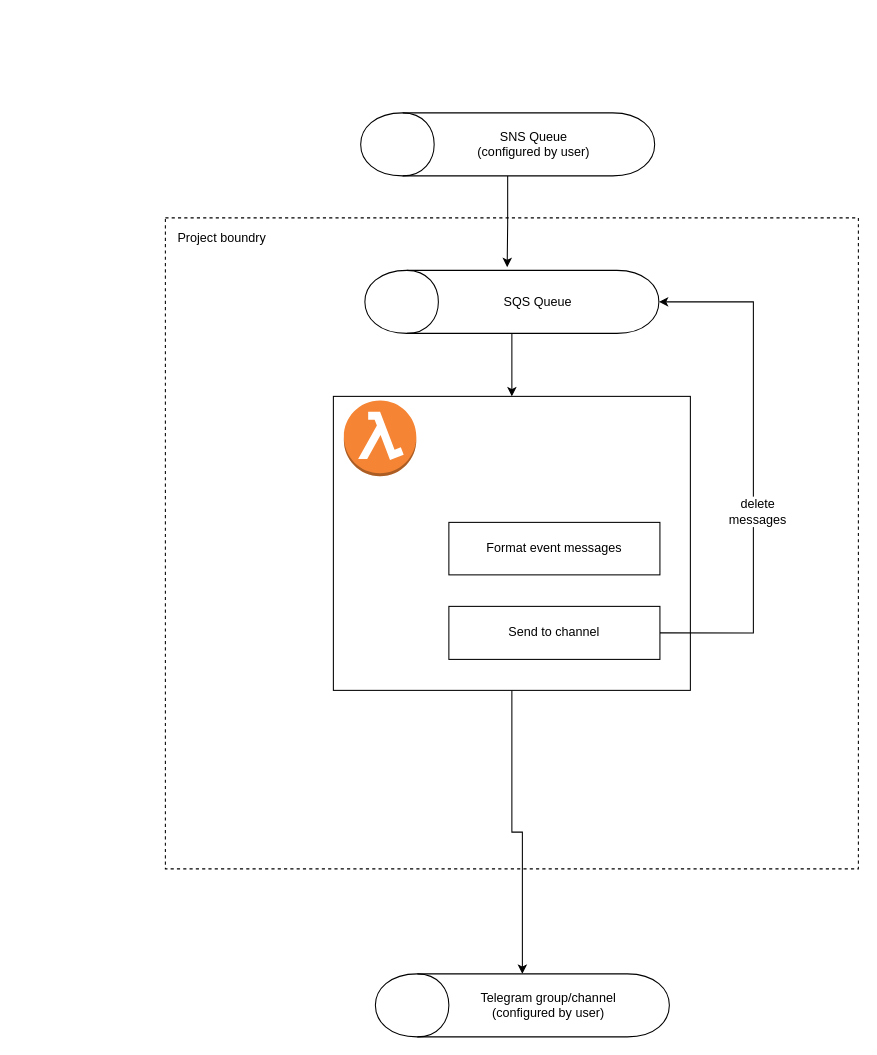
Above: doc/telegraf1.drawio in Sevick/telegraf (draw.io), before the change. Source tidied: cells renumbered, new cells numbered last; positions are measured from the earlier drawing's top-left corner, leaving out a move shared by most shapes. Both pictures are drawn from the tidied source at 105%, with x=0, y=0 at pixel (165, -3).
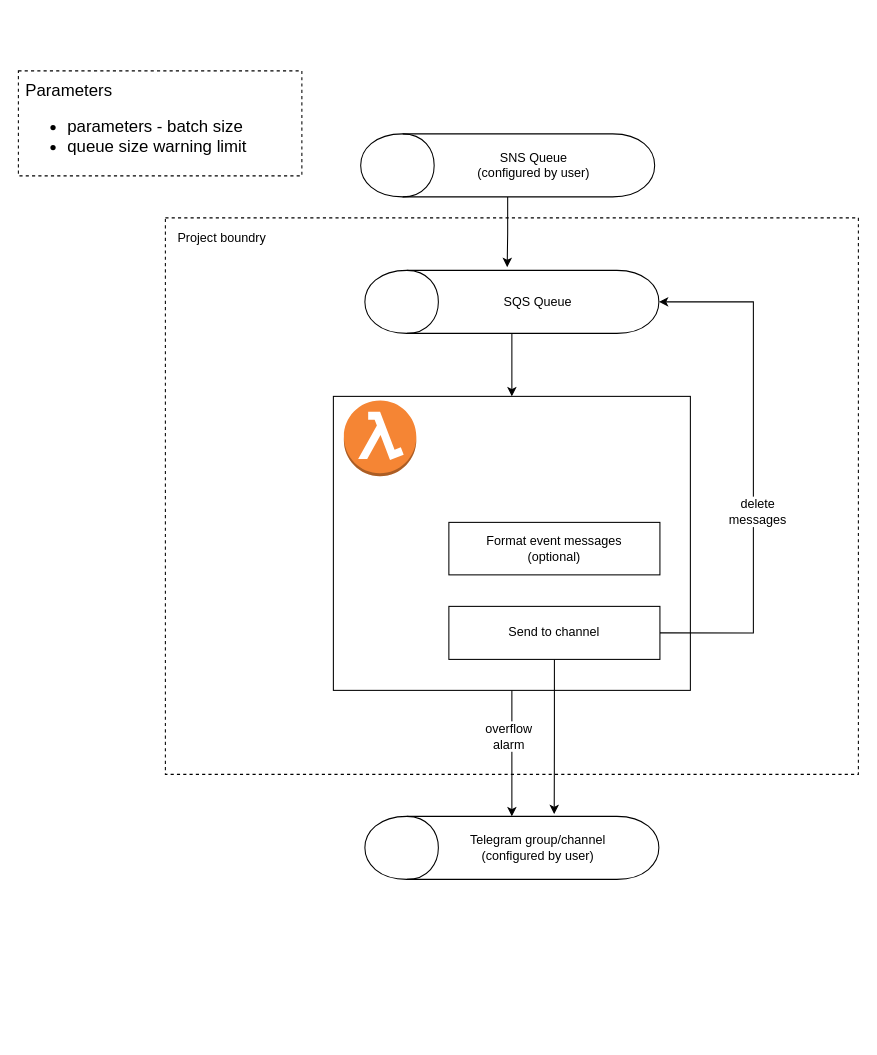
The same diagram, later.

Commit message:
upd schema

The change refers to these unchanged cells:
```xml
<mxCell id="6" style="rounded=0;whiteSpace=wrap;html=1;" parent="1" vertex="1">
  <mxGeometry x="160" y="380" width="340" height="280" as="geometry" />
</mxCell>
<mxCell id="12" value="Send to channel" style="rounded=0;whiteSpace=wrap;html=1;" parent="1" vertex="1">
  <mxGeometry x="270" y="580" width="201" height="50.5" as="geometry" />
</mxCell>
```

Change to the diagram source:
```diff
@@
     <mxCell id="2" value="Project boundry" style="rounded=0;whiteSpace=wrap;html=1;dashed=1;verticalAlign=top;align=left;spacingLeft=10;spacingTop=5;fillColor=none;" parent="1" vertex="1">
-      <mxGeometry y="210" width="660" height="620" as="geometry" />
+      <mxGeometry y="210" width="660" height="530" as="geometry" />
     </mxCell>
@@
-    <mxCell id="4" style="shape=cylinder;whiteSpace=wrap;html=1;boundedLbl=1;backgroundOutline=1;rotation=-90;" parent="1" vertex="1">
-      <mxGeometry x="296" width="60" height="280" as="geometry" />
-    </mxCell>
-    <mxCell id="5" value="SNS Queue&lt;br&gt;(configured by user)" style="text;html=1;strokeColor=none;fillColor=none;align=center;verticalAlign=middle;whiteSpace=wrap;rounded=0;" parent="1" vertex="1">
-      <mxGeometry x="266" y="120" width="170" height="40" as="geometry" />
-    </mxCell>
@@
-    <mxCell id="8" value="Format event messages" style="rounded=0;whiteSpace=wrap;html=1;" parent="1" vertex="1">
+    <mxCell id="8" value="Format event messages&lt;br&gt;(optional)" style="rounded=0;whiteSpace=wrap;html=1;" parent="1" vertex="1">
       <mxGeometry x="270" y="500" width="201" height="50" as="geometry" />
     </mxCell>
-    <mxCell id="9" style="edgeStyle=orthogonalEdgeStyle;rounded=0;jettySize=auto;html=1;exitX=0.5;exitY=1;exitDx=0;exitDy=0;" parent="1" edge="1" source="6" target="16">
+    <mxCell id="9" style="edgeStyle=orthogonalEdgeStyle;rounded=0;jettySize=auto;html=1;exitX=0.5;exitY=1;exitDx=0;exitDy=0;entryX=1.036;entryY=0.644;entryDx=0;entryDy=0;entryPerimeter=0;" parent="1" edge="1" source="12" target="16">
       <mxGeometry relative="1" as="geometry" />
     </mxCell>
@@
+    <mxCell id="18" style="endArrow=classic;html=1;exitX=0.5;exitY=1;exitDx=0;exitDy=0;" parent="1" edge="1" source="6" target="16">
+      <mxGeometry relative="1" as="geometry" />
+    </mxCell>
+    <mxCell id="19" value="overflow&lt;br&gt;alarm" style="text;html=1;align=center;verticalAlign=middle;labelBackgroundColor=#ffffff;" parent="18" vertex="1">
+      <mxGeometry x="-0.34" y="-2" relative="1" as="geometry">
+        <mxPoint x="-2" y="3.3" as="offset" />
+      </mxGeometry>
+    </mxCell>
+    <mxCell id="20" value="&lt;div style=&quot;font-size: 16px&quot;&gt;&lt;span&gt;Parameters&lt;/span&gt;&lt;ul&gt;&lt;li&gt;parameters - batch size&lt;/li&gt;&lt;li&gt;queue size warning limit&lt;/li&gt;&lt;/ul&gt;&lt;/div&gt;" style="rounded=0;whiteSpace=wrap;html=1;dashed=1;fillColor=none;align=left;spacingLeft=5;spacingTop=5;" parent="1" vertex="1">
+      <mxGeometry x="-140" y="70" width="270" height="100" as="geometry" />
+    </mxCell>
+    <mxCell id="21" style="group;" parent="1" vertex="1">
+      <mxGeometry x="270" y="670" width="170" height="280" as="geometry" />
+    </mxCell>
-    <mxCell id="16" style="shape=cylinder;whiteSpace=wrap;html=1;boundedLbl=1;backgroundOutline=1;rotation=-90;" parent="1" vertex="1">
-      <mxGeometry x="310" y="820" width="60" height="280" as="geometry" />
+    <mxCell id="16" style="shape=cylinder;whiteSpace=wrap;html=1;boundedLbl=1;backgroundOutline=1;rotation=-90;" parent="21" vertex="1">
+      <mxGeometry x="30" width="60" height="280" as="geometry" />
     </mxCell>
-    <mxCell id="17" value="Telegram group/channel&lt;br&gt;(configured by user)" style="text;html=1;strokeColor=none;fillColor=none;align=center;verticalAlign=middle;whiteSpace=wrap;rounded=0;" parent="1" vertex="1">
-      <mxGeometry x="280" y="940" width="170" height="40" as="geometry" />
+    <mxCell id="17" value="Telegram group/channel&lt;br&gt;(configured by user)" style="text;html=1;strokeColor=none;fillColor=none;align=center;verticalAlign=middle;whiteSpace=wrap;rounded=0;" parent="21" vertex="1">
+      <mxGeometry y="120" width="170" height="40" as="geometry" />
     </mxCell>
+    <mxCell id="22" style="group;" parent="1" vertex="1">
+      <mxGeometry x="266" y="20" width="170" height="280" as="geometry" />
+    </mxCell>
+    <mxCell id="4" style="shape=cylinder;whiteSpace=wrap;html=1;boundedLbl=1;backgroundOutline=1;rotation=-90;" parent="22" vertex="1">
+      <mxGeometry x="30" width="60" height="280" as="geometry" />
+    </mxCell>
+    <mxCell id="5" value="SNS Queue&lt;br&gt;(configured by user)" style="text;html=1;strokeColor=none;fillColor=none;align=center;verticalAlign=middle;whiteSpace=wrap;rounded=0;" parent="22" vertex="1">
+      <mxGeometry y="120" width="170" height="40" as="geometry" />
+    </mxCell>
```
